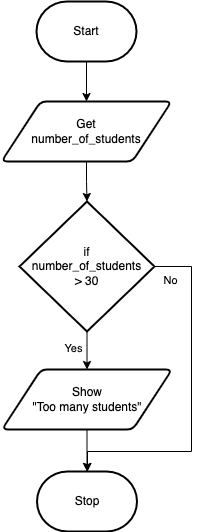
This is docs/structured-problem-solving/images/flowchart-if-then.png from Mr-Coxall/Computer-Based-Problem-Solving, a draw.io export, as it was before one commit. Source tidied: cells renumbered, new cells last; positions are measured from the earlier drawing's top-left corner, leaving out a move shared by most shapes.
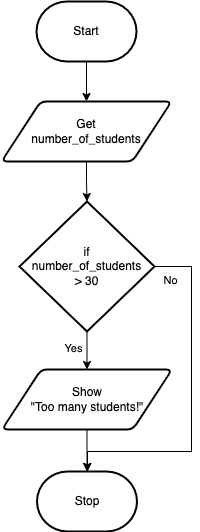
The same file after the commit.

What changed in the source:
```diff
@@ -35,7 +35,7 @@
     <mxCell id="10" style="edgeStyle=orthogonalEdgeStyle;shape=connector;rounded=0;html=1;entryX=0.5;entryY=0;entryDx=0;entryDy=0;entryPerimeter=0;labelBackgroundColor=default;strokeColor=default;fontFamily=Helvetica;fontSize=11;fontColor=default;endArrow=classic;" parent="1" edge="1" source="11" target="6">
       <mxGeometry relative="1" as="geometry" />
     </mxCell>
-    <mxCell id="11" value="Show&lt;br&gt;&quot;Too many students&quot;" style="shape=parallelogram;html=1;strokeWidth=2;perimeter=parallelogramPerimeter;whiteSpace=wrap;rounded=1;arcSize=12;size=0.23;" parent="1" vertex="1">
+    <mxCell id="11" value="Show&lt;br&gt;&quot;Too many students!&quot;" style="shape=parallelogram;html=1;strokeWidth=2;perimeter=parallelogramPerimeter;whiteSpace=wrap;rounded=1;arcSize=12;size=0.23;" parent="1" vertex="1">
       <mxGeometry x="0.5" y="368" width="170" height="60" as="geometry" />
     </mxCell>
     <mxCell id="12" value="Yes" style="text;html=1;align=center;verticalAlign=middle;strokeColor=none;fillColor=none;fontSize=11;fontFamily=Helvetica;fontColor=default;" parent="1" vertex="1">
```
